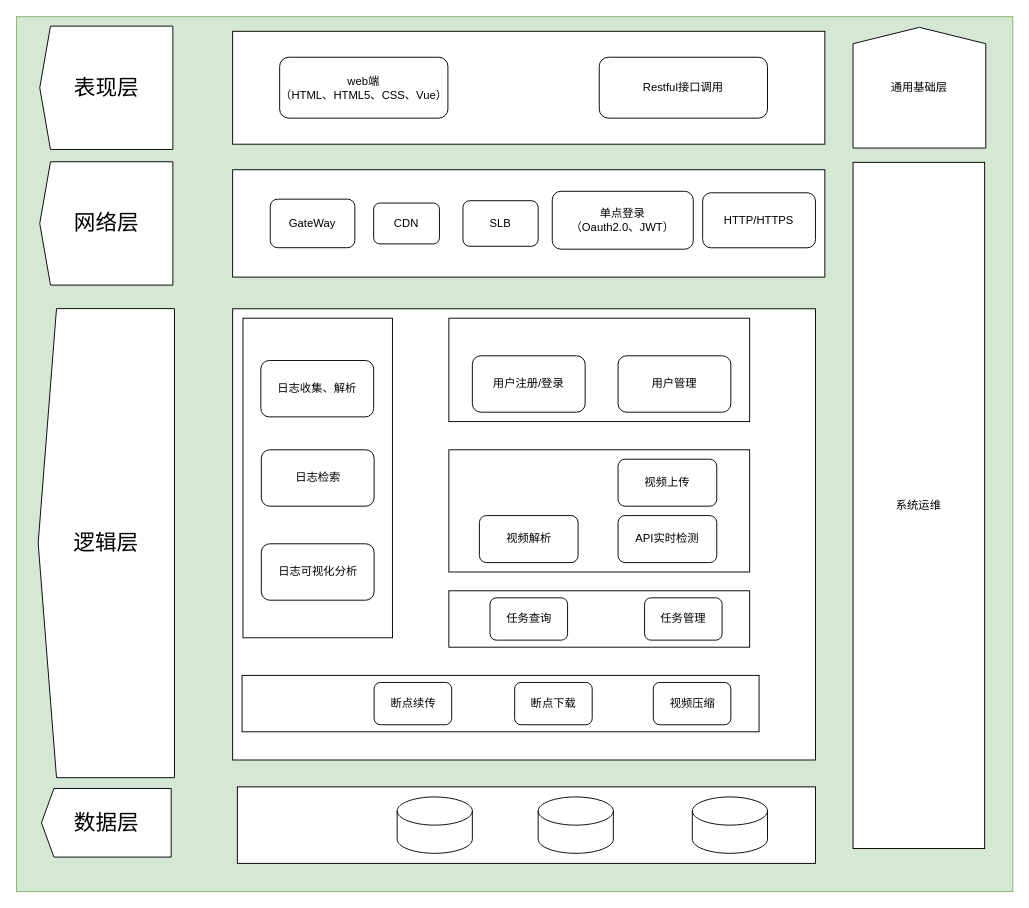
Above: DrawIO_file/毕业论文画图/小目标检测系统架构图.drawio in DingDongZz/typera_PicGO (draw.io), before the change. Source tidied: cells renumbered, new cells numbered last; positions are measured from the earlier drawing's top-left corner, leaving out a move shared by most shapes. Both pictures are drawn from the tidied source at 94%, with x=0, y=0 at pixel (-129, 16).
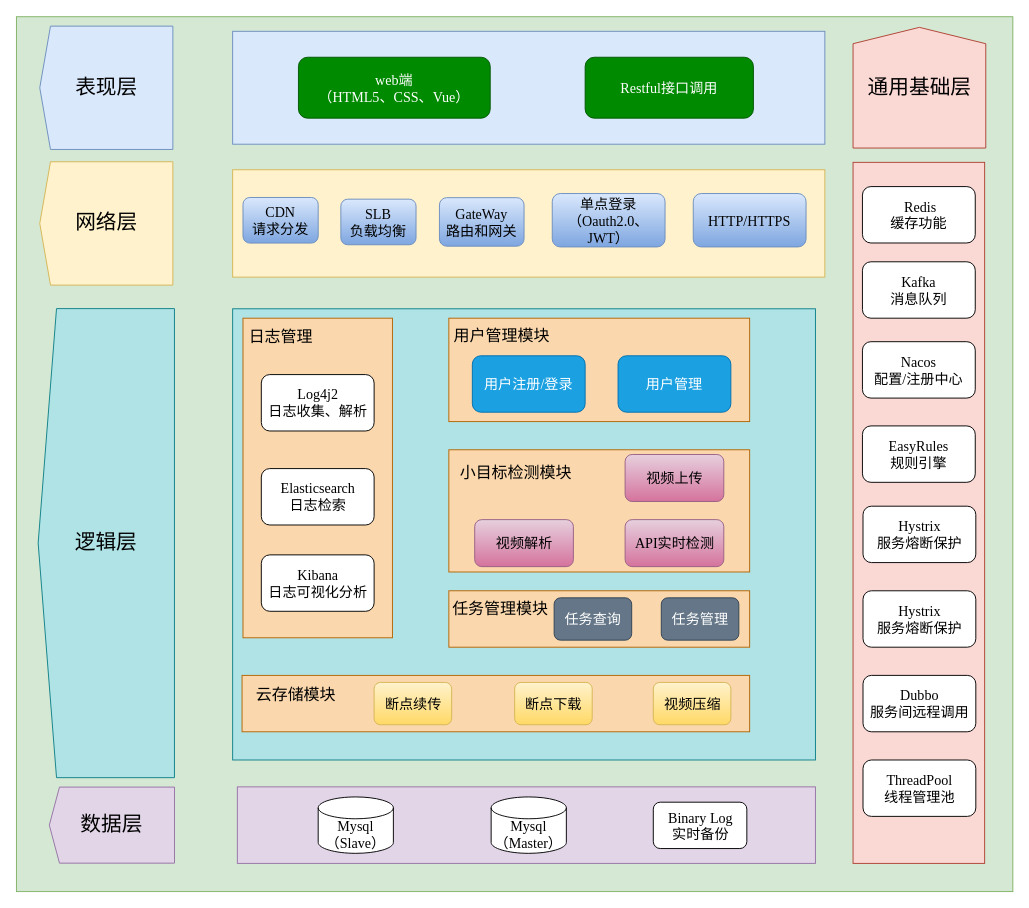
The same page after the edit.

Commit message (it also covers changes not shown here):
更新小目标检测系统架构图.drawio

The edit, as a diff of the source:
```diff
@@
-    <mxCell id="2" style="rounded=0;whiteSpace=wrap;html=1;fillColor=#d5e8d4;strokeColor=#82b366;" parent="1" vertex="1">
+    <mxCell id="2" style="rounded=0;whiteSpace=wrap;html=1;fillColor=#d5e8d4;strokeColor=#82b366;fontFamily=Times New Roman;fontSize=14;" parent="1" vertex="1">
       <mxGeometry x="154" y="0.3" width="1060" height="930.7" as="geometry" />
     </mxCell>
-    <mxCell id="3" style="rounded=0;whiteSpace=wrap;html=1;" parent="1" vertex="1">
+    <mxCell id="3" style="rounded=0;whiteSpace=wrap;html=1;fontFamily=Times New Roman;fontSize=14;fillColor=#dae8fc;strokeColor=#6c8ebf;" parent="1" vertex="1">
       <mxGeometry x="384" y="15.8" width="630" height="120.1" as="geometry" />
     </mxCell>
-    <mxCell id="4" style="rounded=0;whiteSpace=wrap;html=1;" parent="1" vertex="1">
+    <mxCell id="4" style="rounded=0;whiteSpace=wrap;html=1;fontFamily=Times New Roman;fontSize=15;fillColor=#fff2cc;strokeColor=#d6b656;" parent="1" vertex="1">
       <mxGeometry x="384" y="163.1" width="630" height="114.2" as="geometry" />
     </mxCell>
-    <mxCell id="5" style="rounded=0;whiteSpace=wrap;html=1;" parent="1" vertex="1">
+    <mxCell id="5" style="rounded=0;whiteSpace=wrap;html=1;fontFamily=Times New Roman;fontSize=15;fillColor=#b0e3e6;strokeColor=#0e8088;" parent="1" vertex="1">
       <mxGeometry x="384" y="311" width="620" height="480" as="geometry" />
     </mxCell>
-    <mxCell id="6" value="&lt;font style=&quot;font-size: 23px;&quot;&gt;表现层&lt;/font&gt;" style="shape=offPageConnector;whiteSpace=wrap;html=1;rotation=90;size=0.08066680793953453;horizontal=0;" parent="1" vertex="1">
+    <mxCell id="6" value="&lt;font&gt;&lt;span&gt;表现层&lt;/span&gt;&lt;/font&gt;" style="shape=offPageConnector;whiteSpace=wrap;html=1;rotation=90;size=0.08066680793953453;horizontal=0;fontFamily=Times New Roman;fontSize=22;fontStyle=0;fillColor=#dae8fc;strokeColor=#6c8ebf;" parent="1" vertex="1">
       <mxGeometry x="184" y="5.1" width="131.2" height="141.6" as="geometry" />
     </mxCell>
-    <mxCell id="7" value="&lt;span style=&quot;font-size: 23px;&quot;&gt;网络层&lt;/span&gt;" style="shape=offPageConnector;whiteSpace=wrap;html=1;rotation=90;size=0.08066680793953453;horizontal=0;" parent="1" vertex="1">
+    <mxCell id="7" value="&lt;span&gt;网络层&lt;/span&gt;" style="shape=offPageConnector;whiteSpace=wrap;html=1;rotation=90;size=0.08066680793953453;horizontal=0;fontFamily=Times New Roman;fontSize=22;fontStyle=0;fillColor=#fff2cc;strokeColor=#d6b656;" parent="1" vertex="1">
       <mxGeometry x="184" y="149.4" width="131.2" height="141.6" as="geometry" />
     </mxCell>
-    <mxCell id="8" value="&lt;span style=&quot;font-size: 23px;&quot;&gt;数据层&lt;/span&gt;" style="shape=offPageConnector;whiteSpace=wrap;html=1;rotation=90;size=0.09624443862862851;horizontal=0;" parent="1" vertex="1">
-      <mxGeometry x="213.1" y="788.8" width="73" height="138" as="geometry" />
+    <mxCell id="8" value="&lt;span&gt;数据层&lt;/span&gt;" style="shape=offPageConnector;whiteSpace=wrap;html=1;rotation=90;size=0.08131034482758595;horizontal=0;fontFamily=Times New Roman;fontSize=22;fontStyle=0;fillColor=#e1d5e7;strokeColor=#9673a6;" parent="1" vertex="1">
+      <mxGeometry x="215.1" y="793.7" width="80.9" height="133.2" as="geometry" />
     </mxCell>
-    <mxCell id="9" style="rounded=0;whiteSpace=wrap;html=1;" parent="1" vertex="1">
+    <mxCell id="9" style="rounded=0;whiteSpace=wrap;html=1;fontFamily=Times New Roman;fontSize=15;fillColor=#e1d5e7;strokeColor=#9673a6;" parent="1" vertex="1">
       <mxGeometry x="389" y="819.6" width="615" height="81.4" as="geometry" />
     </mxCell>
-    <mxCell id="10" value="&lt;span style=&quot;font-size: 23px;&quot;&gt;逻辑层&lt;/span&gt;" style="shape=offPageConnector;whiteSpace=wrap;html=1;rotation=90;size=0.13468965517241205;horizontal=0;" parent="1" vertex="1">
+    <mxCell id="10" value="&lt;span&gt;逻辑层&lt;/span&gt;" style="shape=offPageConnector;whiteSpace=wrap;html=1;rotation=90;size=0.13468965517241205;horizontal=0;fontFamily=Times New Roman;fontSize=22;fontStyle=0;fillColor=#b0e3e6;strokeColor=#0e8088;" parent="1" vertex="1">
       <mxGeometry x="0.1" y="487.8" width="499" height="145" as="geometry" />
     </mxCell>
-    <mxCell id="11" style="rounded=0;whiteSpace=wrap;html=1;" parent="1" vertex="1">
+    <mxCell id="11" style="rounded=0;whiteSpace=wrap;html=1;fontFamily=Times New Roman;fontSize=15;fillColor=#fad7ac;strokeColor=#b46504;" parent="1" vertex="1">
       <mxGeometry x="614" y="321" width="320" height="110" as="geometry" />
     </mxCell>
-    <mxCell id="12" style="rounded=0;whiteSpace=wrap;html=1;" parent="1" vertex="1">
+    <mxCell id="12" style="rounded=0;whiteSpace=wrap;html=1;fontFamily=Times New Roman;fontSize=15;fillColor=#fad7ac;strokeColor=#b46504;" parent="1" vertex="1">
       <mxGeometry x="614" y="461" width="320" height="130" as="geometry" />
     </mxCell>
-    <mxCell id="13" style="rounded=0;whiteSpace=wrap;html=1;" parent="1" vertex="1">
+    <mxCell id="13" style="rounded=0;whiteSpace=wrap;html=1;fontFamily=Times New Roman;fontSize=15;fillColor=#fad7ac;strokeColor=#b46504;" parent="1" vertex="1">
       <mxGeometry x="395" y="321" width="159" height="340" as="geometry" />
     </mxCell>
-    <mxCell id="14" value="系统运维" style="rounded=0;whiteSpace=wrap;html=1;" parent="1" vertex="1">
-      <mxGeometry x="1044" y="155.2" width="140" height="730" as="geometry" />
+    <mxCell id="14" style="rounded=0;whiteSpace=wrap;html=1;fontFamily=Times New Roman;fontSize=15;fillColor=#fad9d5;strokeColor=#ae4132;" parent="1" vertex="1">
+      <mxGeometry x="1044" y="155.2" width="140" height="745.8" as="geometry" />
     </mxCell>
-    <mxCell id="15" style="rounded=0;whiteSpace=wrap;html=1;" parent="1" vertex="1">
+    <mxCell id="15" style="rounded=0;whiteSpace=wrap;html=1;fontFamily=Times New Roman;fontSize=15;fillColor=#fad7ac;strokeColor=#b46504;" parent="1" vertex="1">
       <mxGeometry x="614" y="611" width="320" height="60" as="geometry" />
     </mxCell>
-    <mxCell id="16" style="rounded=0;whiteSpace=wrap;html=1;" parent="1" vertex="1">
-      <mxGeometry x="394" y="701" width="550" height="60" as="geometry" />
+    <mxCell id="16" style="rounded=0;whiteSpace=wrap;html=1;fontFamily=Times New Roman;fontSize=15;fillColor=#fad7ac;strokeColor=#b46504;" parent="1" vertex="1">
+      <mxGeometry x="394" y="701" width="540" height="60" as="geometry" />
     </mxCell>
-    <mxCell id="17" style="shape=offPageConnector;whiteSpace=wrap;html=1;rotation=-180;size=0.1353336995330948;horizontal=1;verticalAlign=middle;align=center;" parent="1" vertex="1">
+    <mxCell id="17" style="shape=offPageConnector;whiteSpace=wrap;html=1;rotation=-180;size=0.1353336995330948;horizontal=1;verticalAlign=middle;align=center;fontFamily=Times New Roman;fontSize=22;fillColor=#fad9d5;strokeColor=#ae4132;" parent="1" vertex="1">
       <mxGeometry x="1044" y="11.6" width="141.2" height="128.4" as="geometry" />
     </mxCell>
-    <mxCell id="18" value="web端&lt;div&gt;（HTML、HTML5、CSS、Vue）&lt;/div&gt;" style="rounded=1;whiteSpace=wrap;html=1;" parent="1" vertex="1">
-      <mxGeometry x="434" y="43.4" width="179" height="64.8" as="geometry" />
+    <mxCell id="18" value="web端&lt;div&gt;（HTML5、CSS、Vue）&lt;/div&gt;" style="rounded=1;whiteSpace=wrap;html=1;fontFamily=Times New Roman;fontSize=15;fillColor=#008a00;strokeColor=#005700;fontColor=#ffffff;" parent="1" vertex="1">
+      <mxGeometry x="454" y="43.4" width="204" height="64.8" as="geometry" />
     </mxCell>
-    <mxCell id="19" value="Restful接口调用" style="rounded=1;whiteSpace=wrap;html=1;" parent="1" vertex="1">
-      <mxGeometry x="774" y="43.4" width="179" height="64.8" as="geometry" />
+    <mxCell id="19" value="Restful接口调用" style="rounded=1;whiteSpace=wrap;html=1;fontFamily=Times New Roman;fontSize=15;fillColor=#008a00;strokeColor=#005700;fontColor=#ffffff;" parent="1" vertex="1">
+      <mxGeometry x="759" y="43.4" width="179" height="64.8" as="geometry" />
     </mxCell>
-    <mxCell id="20" value="CDN" style="rounded=1;whiteSpace=wrap;html=1;" parent="1" vertex="1">
-      <mxGeometry x="534" y="198.5" width="70" height="43.5" as="geometry" />
+    <mxCell id="20" value="CDN&lt;div&gt;请求分发&lt;/div&gt;" style="rounded=1;whiteSpace=wrap;html=1;fontFamily=Times New Roman;fontSize=15;fillColor=#dae8fc;strokeColor=#6c8ebf;gradientColor=#7ea6e0;" parent="1" vertex="1">
+      <mxGeometry x="395" y="192.6" width="80" height="48.5" as="geometry" />
     </mxCell>
-    <mxCell id="21" value="单点登录&lt;div&gt;（Oauth2.0、JWT）&lt;/div&gt;" style="rounded=1;whiteSpace=wrap;html=1;" parent="1" vertex="1">
-      <mxGeometry x="724" y="186" width="150" height="61.6" as="geometry" />
+    <mxCell id="21" value="单点登录&lt;div&gt;（Oauth2.0、JWT）&lt;/div&gt;" style="rounded=1;whiteSpace=wrap;html=1;fontFamily=Times New Roman;fontSize=15;fillColor=#dae8fc;gradientColor=#7ea6e0;strokeColor=#6c8ebf;" parent="1" vertex="1">
+      <mxGeometry x="724" y="188.4" width="120" height="56.8" as="geometry" />
     </mxCell>
-    <mxCell id="22" value="SLB" style="rounded=1;whiteSpace=wrap;html=1;" parent="1" vertex="1">
-      <mxGeometry x="629" y="196" width="80" height="48.5" as="geometry" />
+    <mxCell id="22" value="SLB&lt;div&gt;负载均衡&lt;/div&gt;" style="rounded=1;whiteSpace=wrap;html=1;fontFamily=Times New Roman;fontSize=15;fillColor=#dae8fc;gradientColor=#7ea6e0;strokeColor=#6c8ebf;" parent="1" vertex="1">
+      <mxGeometry x="499.1" y="194.4" width="80" height="48.5" as="geometry" />
     </mxCell>
-    <mxCell id="23" value="GateWay" style="rounded=1;whiteSpace=wrap;html=1;" parent="1" vertex="1">
-      <mxGeometry x="424" y="194.4" width="90" height="51.6" as="geometry" />
+    <mxCell id="23" value="GateWay&lt;div&gt;路由和网关&lt;/div&gt;" style="rounded=1;whiteSpace=wrap;html=1;fontFamily=Times New Roman;fontSize=15;fillColor=#dae8fc;gradientColor=#7ea6e0;strokeColor=#6c8ebf;" parent="1" vertex="1">
+      <mxGeometry x="604" y="192.8" width="90" height="51.6" as="geometry" />
     </mxCell>
-    <mxCell id="24" value="HTTP/HTTPS" style="rounded=1;whiteSpace=wrap;html=1;" parent="1" vertex="1">
-      <mxGeometry x="884" y="187.6" width="120" height="58.5" as="geometry" />
+    <mxCell id="24" value="HTTP/HTTPS" style="rounded=1;whiteSpace=wrap;html=1;fontFamily=Times New Roman;fontSize=15;fillColor=#dae8fc;gradientColor=#7ea6e0;strokeColor=#6c8ebf;" parent="1" vertex="1">
+      <mxGeometry x="874" y="188.4" width="120" height="56.8" as="geometry" />
     </mxCell>
-    <mxCell id="25" value="通用基础层" style="text;html=1;align=center;verticalAlign=middle;whiteSpace=wrap;rounded=0;" parent="1" vertex="1">
-      <mxGeometry x="1070" y="60.9" width="89.4" height="29.9" as="geometry" />
+    <mxCell id="25" value="&lt;font style=&quot;font-size: 22px;&quot;&gt;通用基础层&lt;/font&gt;" style="text;html=1;align=center;verticalAlign=middle;whiteSpace=wrap;rounded=0;fontFamily=Times New Roman;fontSize=15;" parent="1" vertex="1">
+      <mxGeometry x="1057.6" y="60.9" width="114" height="29.8" as="geometry" />
     </mxCell>
-    <mxCell id="26" value="日志收集、解析" style="rounded=1;whiteSpace=wrap;html=1;" parent="1" vertex="1">
-      <mxGeometry x="414" y="366" width="120" height="60" as="geometry" />
+    <mxCell id="26" value="&lt;div&gt;Log4j2&lt;/div&gt;日志收集、解析" style="rounded=1;whiteSpace=wrap;html=1;fontFamily=Times New Roman;fontSize=15;" parent="1" vertex="1">
+      <mxGeometry x="414.5" y="381" width="120" height="60" as="geometry" />
     </mxCell>
-    <mxCell id="27" value="日志检索" style="rounded=1;whiteSpace=wrap;html=1;" parent="1" vertex="1">
-      <mxGeometry x="414.5" y="461" width="120" height="60" as="geometry" />
+    <mxCell id="27" value="&lt;div&gt;Elasticsearch&lt;/div&gt;日志检索" style="rounded=1;whiteSpace=wrap;html=1;fontFamily=Times New Roman;fontSize=15;" parent="1" vertex="1">
+      <mxGeometry x="414.5" y="481" width="120" height="60" as="geometry" />
     </mxCell>
-    <mxCell id="28" value="日志可视化分析" style="rounded=1;whiteSpace=wrap;html=1;" parent="1" vertex="1">
-      <mxGeometry x="414.5" y="561" width="120" height="60" as="geometry" />
+    <mxCell id="28" value="&lt;div&gt;Kibana&lt;/div&gt;日志可视化分析" style="rounded=1;whiteSpace=wrap;html=1;fontFamily=Times New Roman;fontSize=15;" parent="1" vertex="1">
+      <mxGeometry x="414.5" y="572.8" width="120" height="60" as="geometry" />
     </mxCell>
-    <mxCell id="29" value="用户管理" style="rounded=1;whiteSpace=wrap;html=1;" parent="1" vertex="1">
+    <mxCell id="29" value="用户管理" style="rounded=1;whiteSpace=wrap;html=1;fontFamily=Times New Roman;fontSize=15;fillColor=#1ba1e2;strokeColor=#006EAF;fontColor=#ffffff;" parent="1" vertex="1">
       <mxGeometry x="794" y="361" width="120" height="60" as="geometry" />
     </mxCell>
-    <mxCell id="30" value="用户注册/登录" style="rounded=1;whiteSpace=wrap;html=1;" parent="1" vertex="1">
+    <mxCell id="30" value="用户注册/登录" style="rounded=1;whiteSpace=wrap;html=1;fontFamily=Times New Roman;fontSize=15;fillColor=#1ba1e2;strokeColor=#006EAF;fontColor=#ffffff;" parent="1" vertex="1">
       <mxGeometry x="639" y="361" width="120" height="60" as="geometry" />
     </mxCell>
-    <mxCell id="31" value="视频上传" style="rounded=1;whiteSpace=wrap;html=1;" parent="1" vertex="1">
-      <mxGeometry x="794" y="471" width="105" height="50" as="geometry" />
+    <mxCell id="31" value="视频上传" style="rounded=1;whiteSpace=wrap;html=1;fontFamily=Times New Roman;fontSize=15;fillColor=#e6d0de;gradientColor=#d5739d;strokeColor=#996185;" parent="1" vertex="1">
+      <mxGeometry x="801.5" y="466" width="105" height="50" as="geometry" />
     </mxCell>
-    <mxCell id="32" value="视频解析" style="rounded=1;whiteSpace=wrap;html=1;" parent="1" vertex="1">
-      <mxGeometry x="646.5" y="531" width="105" height="50" as="geometry" />
+    <mxCell id="32" value="视频解析" style="rounded=1;whiteSpace=wrap;html=1;fontFamily=Times New Roman;fontSize=15;fillColor=#e6d0de;gradientColor=#d5739d;strokeColor=#996185;" parent="1" vertex="1">
+      <mxGeometry x="641.5" y="535.3" width="105" height="50" as="geometry" />
     </mxCell>
-    <mxCell id="33" value="API实时检测" style="rounded=1;whiteSpace=wrap;html=1;" parent="1" vertex="1">
-      <mxGeometry x="794" y="531" width="105" height="50" as="geometry" />
+    <mxCell id="33" value="API实时检测" style="rounded=1;whiteSpace=wrap;html=1;fontFamily=Times New Roman;fontSize=15;fillColor=#e6d0de;gradientColor=#d5739d;strokeColor=#996185;" parent="1" vertex="1">
+      <mxGeometry x="801.5" y="535.3" width="105" height="50" as="geometry" />
     </mxCell>
-    <mxCell id="34" value="任务查询" style="rounded=1;whiteSpace=wrap;html=1;" parent="1" vertex="1">
-      <mxGeometry x="657.8" y="618.5" width="82.5" height="45" as="geometry" />
+    <mxCell id="34" value="任务查询" style="rounded=1;whiteSpace=wrap;html=1;fontFamily=Times New Roman;fontSize=15;fillColor=#647687;fontColor=#ffffff;strokeColor=#314354;" parent="1" vertex="1">
+      <mxGeometry x="726" y="618.5" width="82.5" height="45" as="geometry" />
     </mxCell>
-    <mxCell id="35" value="任务管理" style="rounded=1;whiteSpace=wrap;html=1;" parent="1" vertex="1">
-      <mxGeometry x="822.2" y="618.5" width="82.5" height="45" as="geometry" />
+    <mxCell id="35" value="任务管理" style="rounded=1;whiteSpace=wrap;html=1;fontFamily=Times New Roman;fontSize=15;fillColor=#647687;fontColor=#ffffff;strokeColor=#314354;" parent="1" vertex="1">
+      <mxGeometry x="840" y="618.5" width="82.5" height="45" as="geometry" />
     </mxCell>
-    <mxCell id="36" value="断点续传" style="rounded=1;whiteSpace=wrap;html=1;" parent="1" vertex="1">
+    <mxCell id="36" value="断点续传" style="rounded=1;whiteSpace=wrap;html=1;fontFamily=Times New Roman;fontSize=15;fillColor=#fff2cc;strokeColor=#d6b656;gradientColor=#ffd966;" parent="1" vertex="1">
       <mxGeometry x="534.5" y="708.5" width="82.5" height="45" as="geometry" />
     </mxCell>
-    <mxCell id="37" value="断点下载" style="rounded=1;whiteSpace=wrap;html=1;" parent="1" vertex="1">
+    <mxCell id="37" value="断点下载" style="rounded=1;whiteSpace=wrap;html=1;fontFamily=Times New Roman;fontSize=15;fillColor=#fff2cc;strokeColor=#d6b656;gradientColor=#ffd966;" parent="1" vertex="1">
       <mxGeometry x="684" y="708.5" width="82.5" height="45" as="geometry" />
     </mxCell>
-    <mxCell id="38" value="视频压缩" style="rounded=1;whiteSpace=wrap;html=1;" parent="1" vertex="1">
+    <mxCell id="38" value="视频压缩" style="rounded=1;whiteSpace=wrap;html=1;fontFamily=Times New Roman;fontSize=15;fillColor=#fff2cc;strokeColor=#d6b656;gradientColor=#ffd966;" parent="1" vertex="1">
       <mxGeometry x="831.5" y="708.5" width="82.5" height="45" as="geometry" />
     </mxCell>
-    <mxCell id="39" style="shape=cylinder3;whiteSpace=wrap;html=1;boundedLbl=1;backgroundOutline=1;size=15;" parent="1" vertex="1">
-      <mxGeometry x="559" y="830.3" width="80" height="60" as="geometry" />
-    </mxCell>
-    <mxCell id="40" style="shape=cylinder3;whiteSpace=wrap;html=1;boundedLbl=1;backgroundOutline=1;size=15;" parent="1" vertex="1">
-      <mxGeometry x="709" y="830.3" width="80" height="60" as="geometry" />
+    <mxCell id="40" value="Mysql（Master）" style="shape=cylinder3;whiteSpace=wrap;html=1;boundedLbl=1;backgroundOutline=1;size=11.618606305803723;fontFamily=Times New Roman;fontSize=15;" parent="1" vertex="1">
+      <mxGeometry x="659" y="830.3" width="80" height="60" as="geometry" />
     </mxCell>
-    <mxCell id="41" style="shape=cylinder3;whiteSpace=wrap;html=1;boundedLbl=1;backgroundOutline=1;size=15;" parent="1" vertex="1">
-      <mxGeometry x="873" y="830.3" width="80" height="60" as="geometry" />
-    </mxCell>
+    <mxCell id="42" value="Binary Log&lt;div&gt;实时备份&lt;/div&gt;" style="rounded=1;whiteSpace=wrap;html=1;fontFamily=Times New Roman;fontSize=15;" parent="1" vertex="1">
+      <mxGeometry x="831.5" y="835.9" width="99.5" height="49.3" as="geometry" />
+    </mxCell>
+    <mxCell id="43" value="&amp;nbsp;&lt;font&gt;Redis&lt;/font&gt;&lt;div&gt;缓存功能&lt;/div&gt;" style="rounded=1;whiteSpace=wrap;html=1;fontFamily=Times New Roman;fontSize=15;" parent="1" vertex="1">
+      <mxGeometry x="1054" y="181" width="120" height="60" as="geometry" />
+    </mxCell>
+    <mxCell id="44" value="Kafka&lt;div&gt;消息队列&lt;/div&gt;" style="rounded=1;whiteSpace=wrap;html=1;fontFamily=Times New Roman;fontSize=15;" parent="1" vertex="1">
+      <mxGeometry x="1054" y="261" width="120" height="60" as="geometry" />
+    </mxCell>
+    <mxCell id="45" value="Nacos&lt;div&gt;配置/注册中心&lt;/div&gt;" style="rounded=1;whiteSpace=wrap;html=1;fontFamily=Times New Roman;fontSize=15;" parent="1" vertex="1">
+      <mxGeometry x="1054" y="346" width="120" height="60" as="geometry" />
+    </mxCell>
+    <mxCell id="46" value="&lt;div&gt;EasyRules&lt;/div&gt;规则引擎" style="rounded=1;whiteSpace=wrap;html=1;fontFamily=Times New Roman;fontSize=15;" parent="1" vertex="1">
+      <mxGeometry x="1054" y="435.6" width="120" height="60" as="geometry" />
+    </mxCell>
+    <mxCell id="47" value="&lt;div&gt;Hystrix&lt;/div&gt;服务熔断保护" style="rounded=1;whiteSpace=wrap;html=1;fontFamily=Times New Roman;fontSize=15;" parent="1" vertex="1">
+      <mxGeometry x="1054.6" y="521" width="120" height="60" as="geometry" />
+    </mxCell>
+    <mxCell id="48" value="&lt;div&gt;Hystrix&lt;/div&gt;服务熔断保护" style="rounded=1;whiteSpace=wrap;html=1;fontFamily=Times New Roman;fontSize=15;" parent="1" vertex="1">
+      <mxGeometry x="1054.6" y="611" width="120" height="60" as="geometry" />
+    </mxCell>
+    <mxCell id="49" value="&lt;div&gt;Dubbo&lt;/div&gt;&lt;div&gt;服务间远程调用&lt;/div&gt;" style="rounded=1;whiteSpace=wrap;html=1;fontFamily=Times New Roman;fontSize=15;" parent="1" vertex="1">
+      <mxGeometry x="1054.6" y="701" width="120" height="60" as="geometry" />
+    </mxCell>
+    <mxCell id="50" value="&lt;div&gt;ThreadPool&lt;/div&gt;&lt;div&gt;线程管理池&lt;/div&gt;" style="rounded=1;whiteSpace=wrap;html=1;fontFamily=Times New Roman;fontSize=15;" parent="1" vertex="1">
+      <mxGeometry x="1054.6" y="791" width="120" height="60" as="geometry" />
+    </mxCell>
+    <mxCell id="51" value="日志管理" style="text;html=1;align=center;verticalAlign=middle;whiteSpace=wrap;rounded=0;fontFamily=Times New Roman;fontSize=17;" parent="1" vertex="1">
+      <mxGeometry x="396" y="322" width="79" height="39" as="geometry" />
+    </mxCell>
+    <mxCell id="52" value="用户管理模块" style="text;html=1;align=center;verticalAlign=middle;whiteSpace=wrap;rounded=0;fontFamily=Times New Roman;fontSize=17;" parent="1" vertex="1">
+      <mxGeometry x="617" y="321" width="107" height="39" as="geometry" />
+    </mxCell>
+    <mxCell id="53" value="小目标检测模块" style="text;html=1;align=center;verticalAlign=middle;whiteSpace=wrap;rounded=0;fontFamily=Times New Roman;fontSize=17;" parent="1" vertex="1">
+      <mxGeometry x="617" y="456" width="137" height="60" as="geometry" />
+    </mxCell>
+    <mxCell id="54" value="云存储模块" style="text;html=1;align=center;verticalAlign=middle;whiteSpace=wrap;rounded=0;fontFamily=Times New Roman;fontSize=17;" parent="1" vertex="1">
+      <mxGeometry x="394" y="701" width="114.5" height="44.5" as="geometry" />
+    </mxCell>
+    <mxCell id="55" value="Mysql（Slave）" style="shape=cylinder3;whiteSpace=wrap;html=1;boundedLbl=1;backgroundOutline=1;size=11.618606305803723;fontFamily=Times New Roman;fontSize=15;" parent="1" vertex="1">
+      <mxGeometry x="475" y="830.3" width="80" height="60" as="geometry" />
+    </mxCell>
+    <mxCell id="56" value="任务管理模块" style="text;html=1;align=center;verticalAlign=middle;whiteSpace=wrap;rounded=0;fontFamily=Times New Roman;fontSize=17;" parent="1" vertex="1">
+      <mxGeometry x="614" y="611" width="110" height="39" as="geometry" />
+    </mxCell>
```
